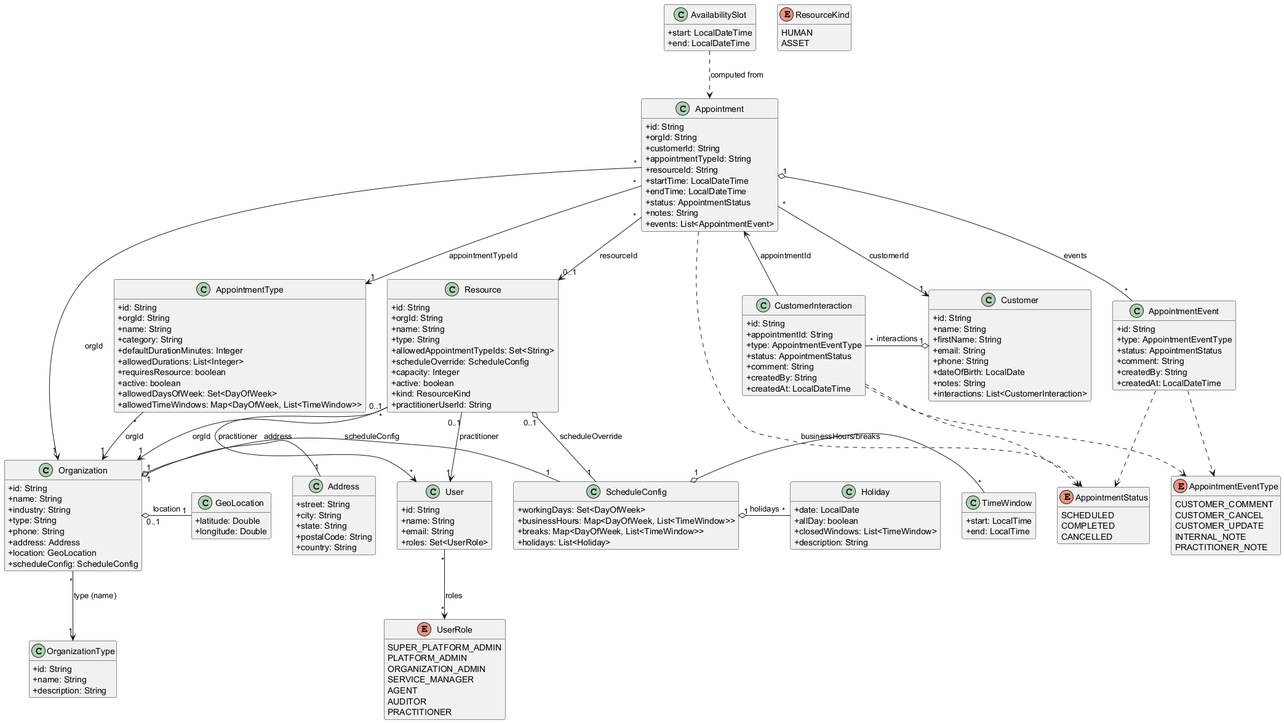
This is demo/docs/models.png from imotepe/springWebApp, a PlantUML export, as it was before one commit.
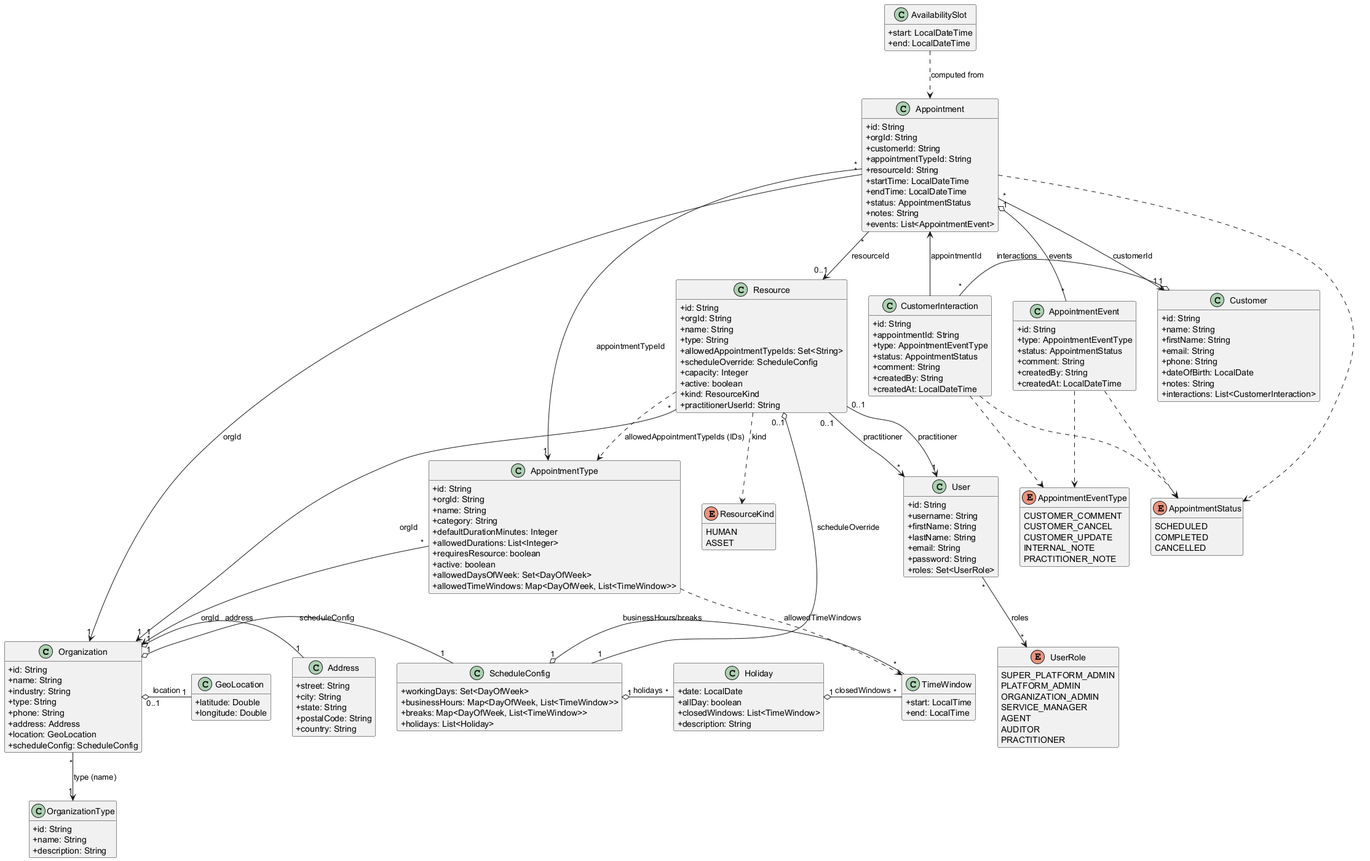
The same diagram one commit later.

What changed in the source:
```diff
@@ -110,8 +110,11 @@
 
 class User {
   +id: String
-  +name: String
+  +username: String
+  +firstName: String
+  +lastName: String
   +email: String
+  +password: String
   +roles: Set<UserRole>
 }
 
@@ -165,6 +168,7 @@
 Resource "0..1" o- "1" ScheduleConfig : scheduleOverride
 ScheduleConfig "1" o- "*" TimeWindow : businessHours/breaks
 ScheduleConfig "1" o- "*" Holiday : holidays
+Holiday "1" o- "*" TimeWindow : closedWindows
 
 Organization "*" --> "1" OrganizationType : type (name)
 Organization "1" o- "1" Address : address
@@ -179,8 +183,11 @@
 AppointmentEvent ..> AppointmentStatus
 
 AppointmentType "*" --> "1" Organization : orgId
+AppointmentType ..> TimeWindow : allowedTimeWindows
 Resource "*" --> "1" Organization : orgId
 Resource "0..1" --> "1" User : practitioner
+Resource ..> AppointmentType : allowedAppointmentTypeIds (IDs)
+Resource ..> ResourceKind : kind
 
 AvailabilitySlot ..> Appointment : computed from
 
```
